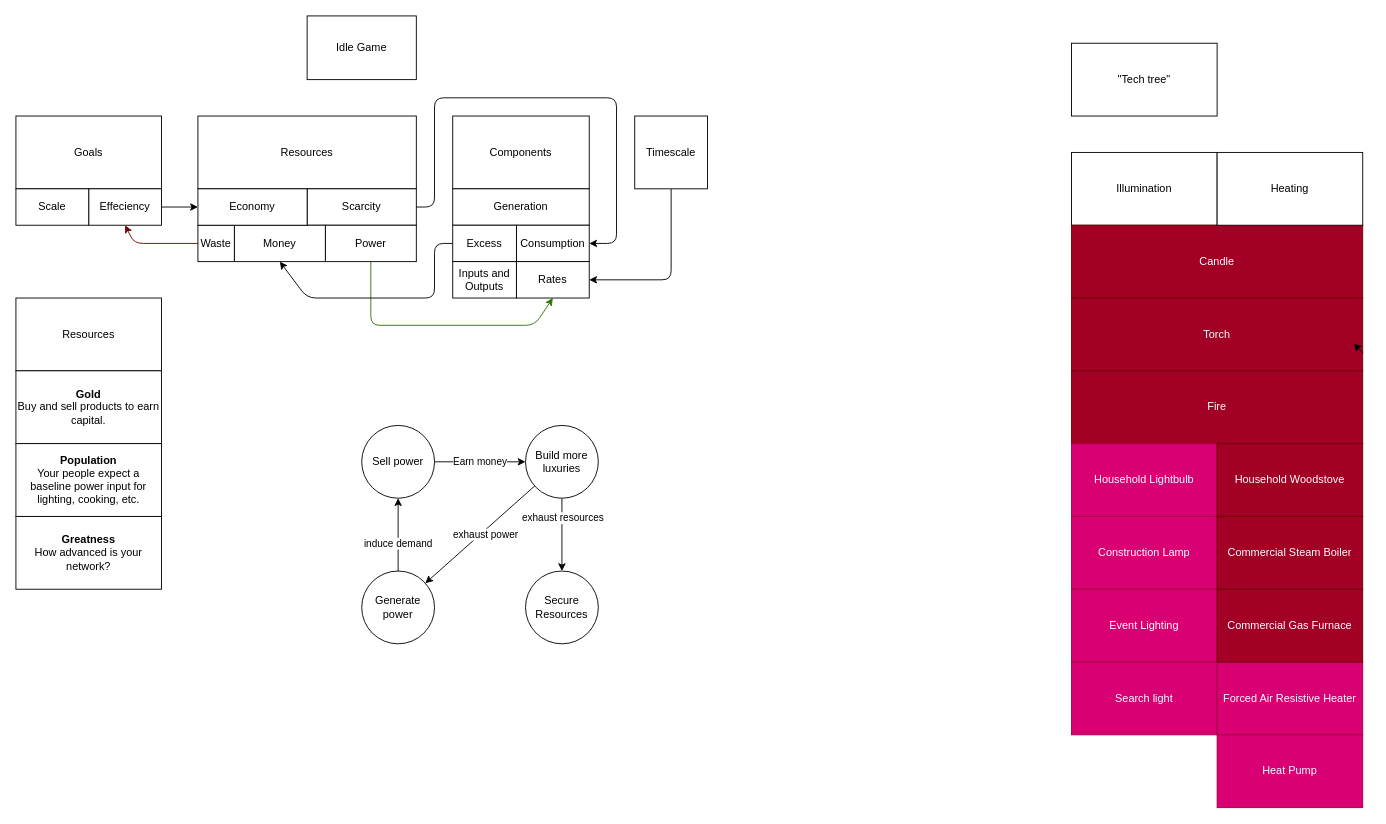
StinkyDubeau/dubeau-dot-org keeps this draw.io diagram as src/pages/Toys/Idle/Helpers/IdleGame.drawio. Above is the earlier version. Source tidied: cells renumbered, new cells numbered last; positions are measured from the earlier drawing's top-left corner, leaving out a move shared by most shapes. Both pictures are drawn from the tidied source at 91%, with x=0, y=0 at pixel (15, 15).
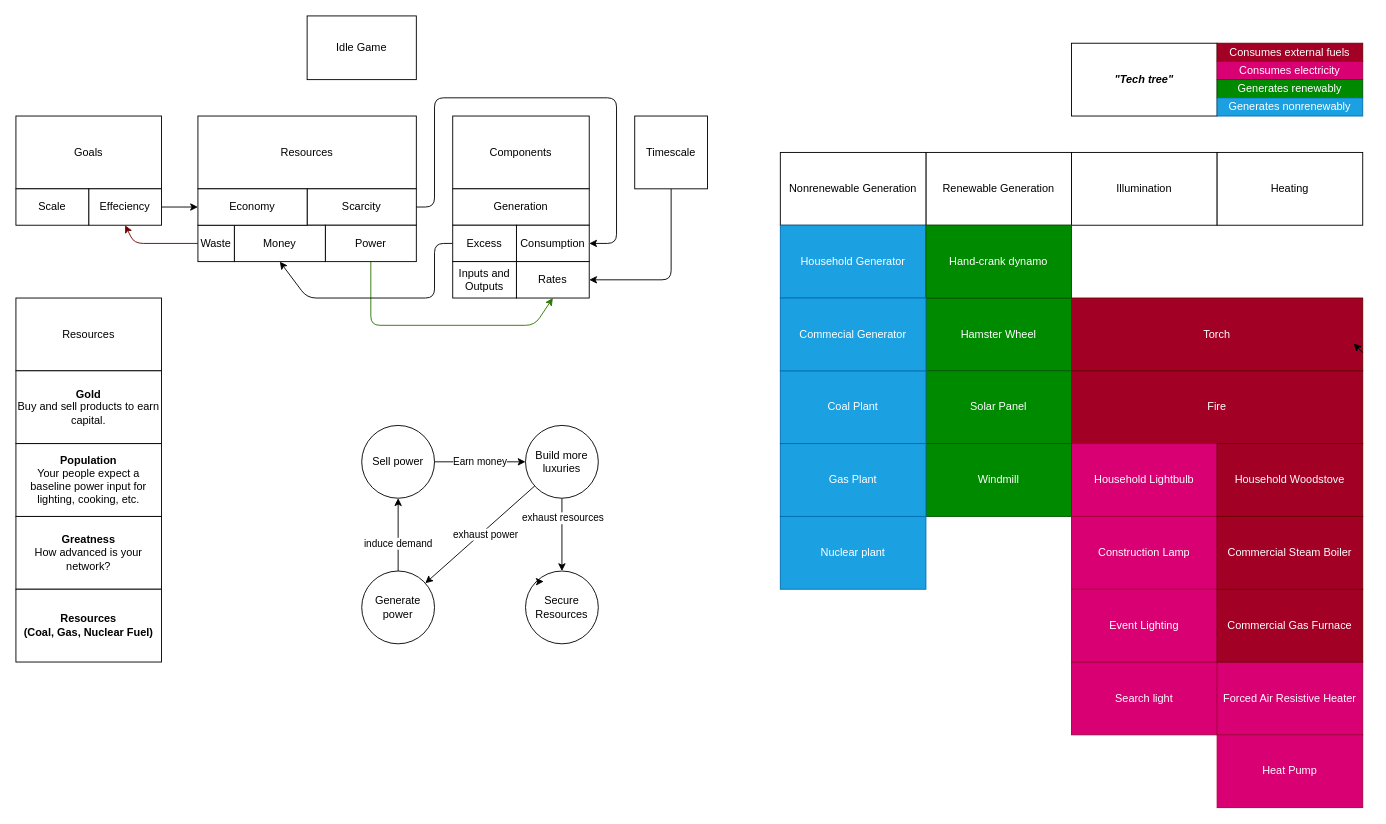
After the change.

Commit message (it also covers changes not shown here):
Continue work on idle game drawings and todo

The change refers to these unchanged cells:
```xml
<mxCell id="39" value="Secure&lt;div&gt;Resources&lt;/div&gt;" style="ellipse;whiteSpace=wrap;html=1;" parent="1" vertex="1">
  <mxGeometry x="560" y="610" width="80" height="80" as="geometry" />
</mxCell>
```

The edit, as a diff of the source:
```diff
@@
-    <mxCell id="25" value="&quot;Tech tree&quot;" style="rounded=0;whiteSpace=wrap;html=1;" parent="1" vertex="1">
+    <mxCell id="25" value="&lt;b&gt;&lt;i&gt;&quot;Tech tree&quot;&lt;/i&gt;&lt;/b&gt;" style="rounded=0;whiteSpace=wrap;html=1;" parent="1" vertex="1">
       <mxGeometry x="1160" y="30" width="160" height="80" as="geometry" />
     </mxCell>
@@
-    <mxCell id="41" value="Candle" style="rounded=0;whiteSpace=wrap;html=1;fillColor=#a20025;strokeColor=#6F0000;fontColor=#ffffff;" parent="1" vertex="1">
-      <mxGeometry x="1160" y="230" width="320" height="80" as="geometry" />
+    <mxCell id="41" value="Consumes external fuels" style="rounded=0;whiteSpace=wrap;html=1;fillColor=#a20025;strokeColor=#6F0000;fontColor=#ffffff;" parent="1" vertex="1">
+      <mxGeometry x="1320" y="30" width="160" height="20" as="geometry" />
     </mxCell>
@@
+    <mxCell id="55" value="Renewable Generation" style="rounded=0;whiteSpace=wrap;html=1;" parent="1" vertex="1">
+      <mxGeometry x="1000" y="150" width="160" height="80" as="geometry" />
+    </mxCell>
+    <mxCell id="56" value="Nonrenewable Generation" style="rounded=0;whiteSpace=wrap;html=1;" parent="1" vertex="1">
+      <mxGeometry x="840" y="150" width="160" height="80" as="geometry" />
+    </mxCell>
+    <mxCell id="57" value="Hamster Wheel" style="rounded=0;whiteSpace=wrap;html=1;fillColor=#008a00;strokeColor=#005700;fontColor=#ffffff;" parent="1" vertex="1">
+      <mxGeometry x="1000" y="310" width="160" height="80" as="geometry" />
+    </mxCell>
+    <mxCell id="58" value="Consumes electricity" style="rounded=0;whiteSpace=wrap;html=1;fillColor=#d80073;strokeColor=#A50040;fontColor=#ffffff;" parent="1" vertex="1">
+      <mxGeometry x="1320" y="50" width="160" height="20" as="geometry" />
+    </mxCell>
+    <mxCell id="59" value="Generates renewably" style="rounded=0;whiteSpace=wrap;html=1;fillColor=#008a00;strokeColor=#005700;fontColor=#ffffff;" parent="1" vertex="1">
+      <mxGeometry x="1320" y="70" width="160" height="20" as="geometry" />
+    </mxCell>
+    <mxCell id="60" value="Solar Panel" style="rounded=0;whiteSpace=wrap;html=1;fillColor=#008a00;strokeColor=#005700;fontColor=#ffffff;" parent="1" vertex="1">
+      <mxGeometry x="1000" y="390" width="160" height="80" as="geometry" />
+    </mxCell>
+    <mxCell id="61" value="Household Generator" style="rounded=0;whiteSpace=wrap;html=1;fillColor=#1ba1e2;strokeColor=#006EAF;fontColor=#ffffff;" parent="1" vertex="1">
+      <mxGeometry x="840" y="230" width="160" height="80" as="geometry" />
+    </mxCell>
+    <mxCell id="62" value="Generates nonrenewably" style="rounded=0;whiteSpace=wrap;html=1;fillColor=#1ba1e2;strokeColor=#006EAF;fontColor=#ffffff;" parent="1" vertex="1">
+      <mxGeometry x="1320" y="90" width="160" height="20" as="geometry" />
+    </mxCell>
+    <mxCell id="63" value="Hand-crank dynamo" style="rounded=0;whiteSpace=wrap;html=1;fillColor=#008a00;strokeColor=#005700;fontColor=#ffffff;" parent="1" vertex="1">
+      <mxGeometry x="1000" y="230" width="160" height="80" as="geometry" />
+    </mxCell>
+    <mxCell id="64" value="Windmill" style="rounded=0;whiteSpace=wrap;html=1;fillColor=#008a00;strokeColor=#005700;fontColor=#ffffff;" parent="1" vertex="1">
+      <mxGeometry x="1000" y="470" width="160" height="80" as="geometry" />
+    </mxCell>
+    <mxCell id="65" value="Coal Plant" style="rounded=0;whiteSpace=wrap;html=1;fillColor=#1ba1e2;strokeColor=#006EAF;fontColor=#ffffff;" parent="1" vertex="1">
+      <mxGeometry x="840" y="390" width="160" height="80" as="geometry" />
+    </mxCell>
+    <mxCell id="66" value="Commecial Generator" style="rounded=0;whiteSpace=wrap;html=1;fillColor=#1ba1e2;strokeColor=#006EAF;fontColor=#ffffff;" parent="1" vertex="1">
+      <mxGeometry x="840" y="310" width="160" height="80" as="geometry" />
+    </mxCell>
+    <mxCell id="67" value="Gas Plant" style="rounded=0;whiteSpace=wrap;html=1;fillColor=#1ba1e2;strokeColor=#006EAF;fontColor=#ffffff;" parent="1" vertex="1">
+      <mxGeometry x="840" y="470" width="160" height="80" as="geometry" />
+    </mxCell>
+    <mxCell id="68" value="Nuclear plant" style="rounded=0;whiteSpace=wrap;html=1;fillColor=#1ba1e2;strokeColor=#006EAF;fontColor=#ffffff;" parent="1" vertex="1">
+      <mxGeometry x="840" y="550" width="160" height="80" as="geometry" />
+    </mxCell>
+    <mxCell id="69" value="&lt;b&gt;Resources&lt;/b&gt;&lt;div&gt;&lt;b&gt;(Coal, Gas, Nuclear Fuel)&lt;/b&gt;&lt;/div&gt;" style="rounded=0;whiteSpace=wrap;html=1;" parent="1" vertex="1">
+      <mxGeometry y="630" width="160" height="80" as="geometry" />
+    </mxCell>
+    <mxCell id="70" style="edgeStyle=none;html=1;exitX=0;exitY=0;exitDx=0;exitDy=0;entryX=0.25;entryY=0.144;entryDx=0;entryDy=0;entryPerimeter=0;" parent="1" edge="1" source="39" target="39">
+      <mxGeometry relative="1" as="geometry" />
+    </mxCell>
```
